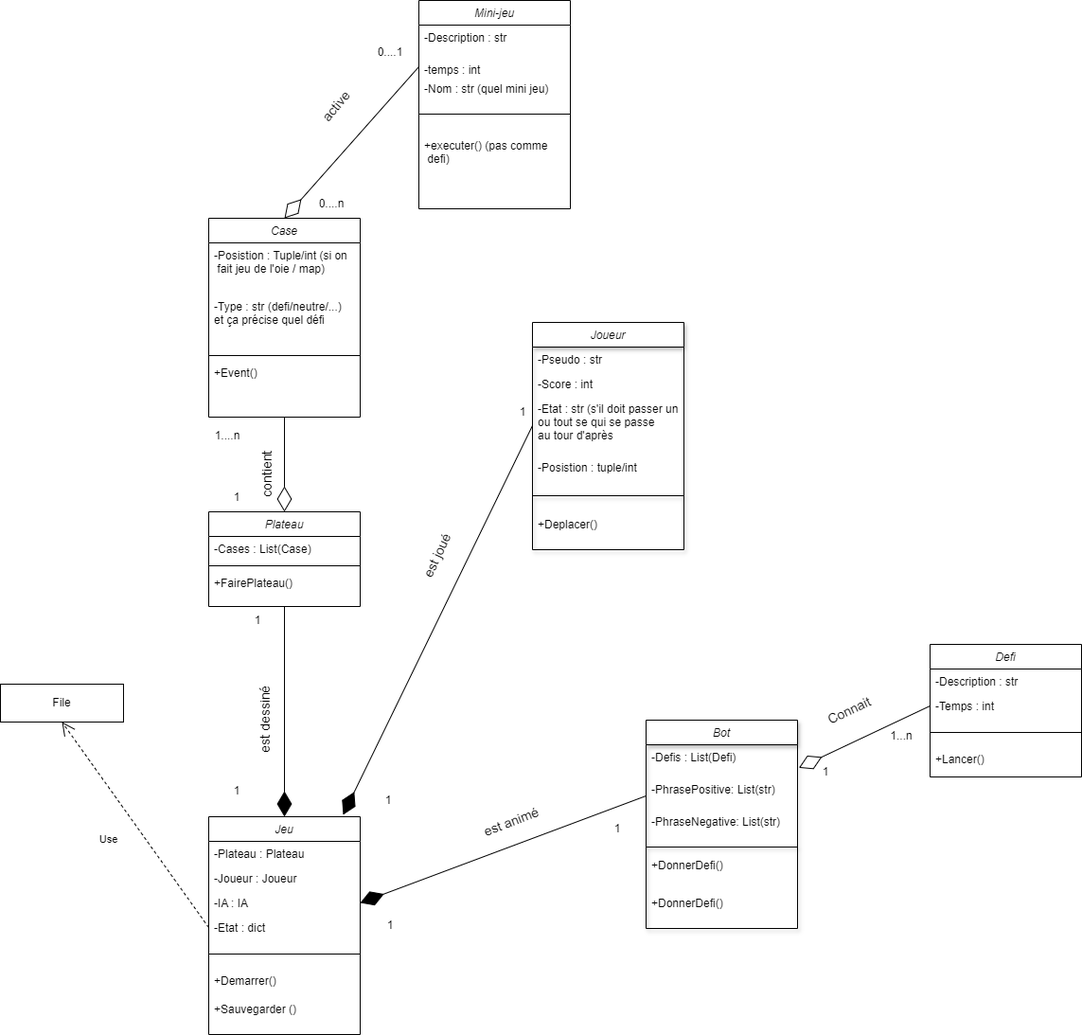
The draw.io diagram uml.drawio.png in Arthur-citizen/Projet-dev-2-Jeu-Loufoque, before a commit. Source tidied: cells renumbered, new cells last; positions are measured from the earlier drawing's top-left corner, leaving out a move shared by most shapes.
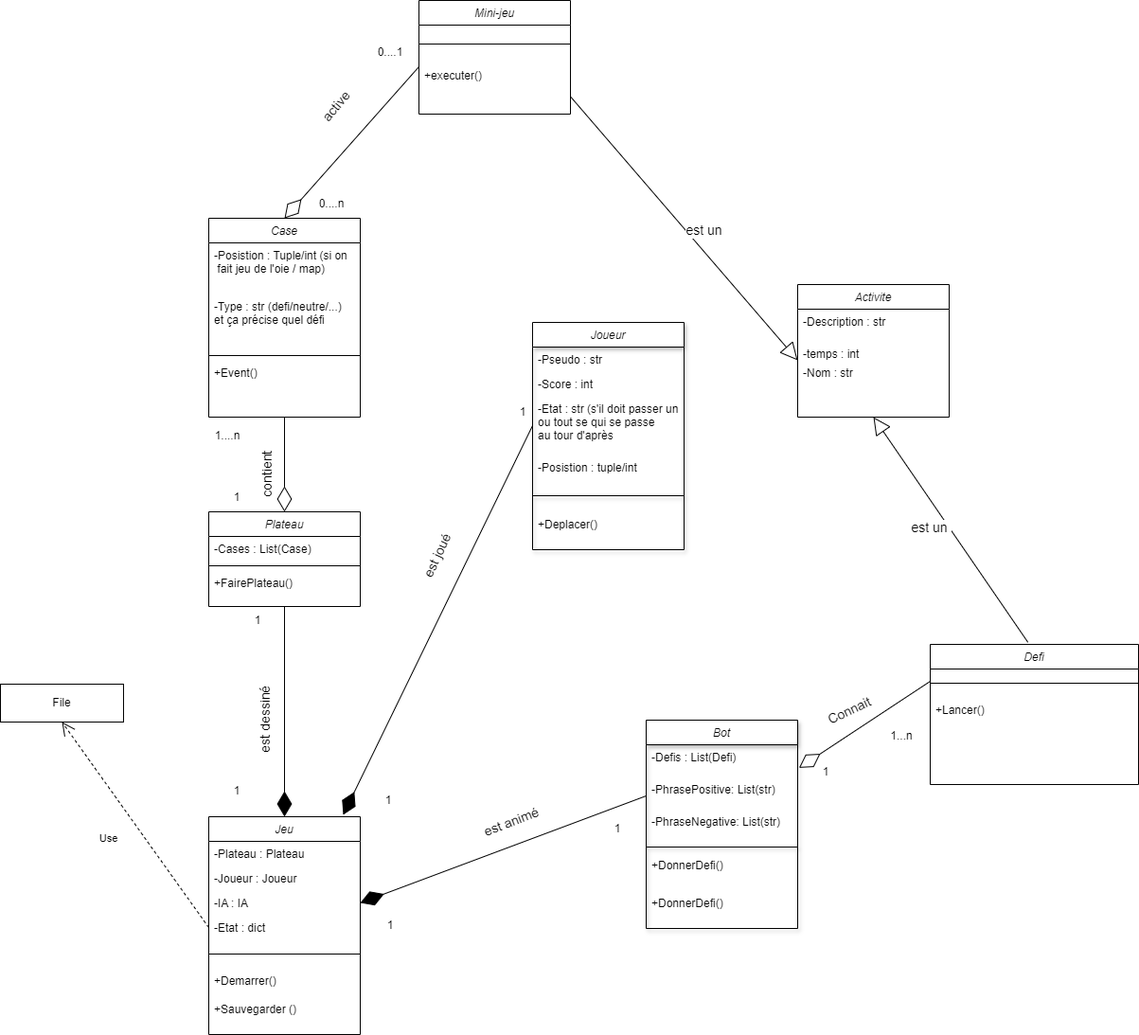
After the commit.

Change to the diagram source:
```diff
@@ -45,22 +45,13 @@
       <mxGeometry y="62" width="160" height="30" as="geometry" />
     </mxCell>
     <mxCell id="16" value="Mini-jeu" style="swimlane;fontStyle=2;align=center;verticalAlign=top;horizontal=1;startSize=26;rounded=0;shadow=0;strokeWidth=1;" parent="1" vertex="1">
-      <mxGeometry x="442" width="160" height="220" as="geometry" />
+      <mxGeometry x="442" width="160" height="120" as="geometry" />
     </mxCell>
-    <mxCell id="17" value="-Description : str&#10;&#10;" style="text;align=left;verticalAlign=top;spacingLeft=4;spacingRight=4;overflow=hidden;" parent="16" vertex="1">
-      <mxGeometry y="26" width="160" height="34" as="geometry" />
-    </mxCell>
-    <mxCell id="18" value="-temps : int" style="text;align=left;verticalAlign=top;spacingLeft=4;spacingRight=4;overflow=hidden;points=[[0,0.5],[1,0.5]];portConstraint=eastwest;rounded=0;shadow=0;html=0;" parent="16" vertex="1">
-      <mxGeometry y="60" width="160" height="20" as="geometry" />
-    </mxCell>
-    <mxCell id="19" value="-Nom : str (quel mini jeu)" style="text;align=left;verticalAlign=top;spacingLeft=4;spacingRight=4;overflow=hidden;rounded=0;shadow=0;html=0;" parent="16" vertex="1">
-      <mxGeometry y="80" width="160" height="20" as="geometry" />
-    </mxCell>
     <mxCell id="20" style="line;html=1;strokeWidth=1;align=left;verticalAlign=middle;spacingTop=-1;spacingLeft=3;spacingRight=3;labelPosition=right;" parent="16" vertex="1">
-      <mxGeometry y="100" width="160" height="40" as="geometry" />
+      <mxGeometry y="26" width="160" height="40" as="geometry" />
     </mxCell>
-    <mxCell id="21" value="+executer() (pas comme&#10; defi)" style="text;align=left;verticalAlign=top;spacingLeft=4;spacingRight=4;overflow=hidden;rounded=0;shadow=0;html=0;" parent="16" vertex="1">
-      <mxGeometry y="140" width="160" height="40" as="geometry" />
+    <mxCell id="21" value="+executer() " style="text;align=left;verticalAlign=top;spacingLeft=4;spacingRight=4;overflow=hidden;rounded=0;shadow=0;html=0;" parent="16" vertex="1">
+      <mxGeometry y="66" width="160" height="40" as="geometry" />
     </mxCell>
     <mxCell id="22" value="Joueur" style="swimlane;fontStyle=2;align=center;verticalAlign=top;horizontal=1;startSize=26;rounded=0;shadow=1;strokeWidth=1;" parent="1" vertex="1">
       <mxGeometry x="562" y="340" width="160" height="240" as="geometry" />
@@ -105,19 +96,13 @@
       <mxGeometry y="180" width="160" height="40" as="geometry" />
     </mxCell>
     <mxCell id="36" value="Defi" style="swimlane;fontStyle=2;align=center;verticalAlign=top;horizontal=1;startSize=26;rounded=0;shadow=0;strokeWidth=1;" parent="1" vertex="1">
-      <mxGeometry x="982" y="680" width="160" height="140" as="geometry" />
+      <mxGeometry x="982" y="680" width="220" height="148" as="geometry" />
     </mxCell>
-    <mxCell id="37" value="-Description : str" style="text;align=left;verticalAlign=top;spacingLeft=4;spacingRight=4;overflow=hidden;" parent="36" vertex="1">
-      <mxGeometry y="26" width="160" height="26" as="geometry" />
-    </mxCell>
-    <mxCell id="38" value="-Temps : int" style="text;align=left;verticalAlign=top;spacingLeft=4;spacingRight=4;overflow=hidden;points=[[0,0.5],[1,0.5]];portConstraint=eastwest;rounded=0;shadow=0;html=0;" parent="36" vertex="1">
-      <mxGeometry y="52" width="160" height="26" as="geometry" />
-    </mxCell>
     <mxCell id="39" style="line;html=1;strokeWidth=1;align=left;verticalAlign=middle;spacingTop=-1;spacingLeft=3;spacingRight=3;labelPosition=right;" parent="36" vertex="1">
-      <mxGeometry y="78" width="160" height="30" as="geometry" />
+      <mxGeometry y="26" width="220" height="30" as="geometry" />
     </mxCell>
     <mxCell id="40" value="+Lancer()" style="text;align=left;verticalAlign=top;spacingLeft=4;spacingRight=4;overflow=hidden;" parent="36" vertex="1">
-      <mxGeometry y="108" width="160" height="30" as="geometry" />
+      <mxGeometry y="56" width="220" height="92" as="geometry" />
     </mxCell>
     <mxCell id="41" value="Case" style="swimlane;fontStyle=2;align=center;verticalAlign=top;horizontal=1;startSize=26;rounded=0;shadow=0;strokeWidth=1;" parent="1" vertex="1">
       <mxGeometry x="220" y="230" width="160" height="210" as="geometry" />
@@ -148,16 +133,20 @@
         <mxPoint x="362" y="860" as="targetPoint" />
       </mxGeometry>
     </mxCell>
-    <mxCell id="50" style="endArrow=diamondThin;endFill=0;endSize=24;html=1;rounded=0;exitX=0;exitY=0.5;exitDx=0;exitDy=0;entryX=0.5;entryY=0;entryDx=0;entryDy=0;" parent="1" edge="1" source="18" target="41">
-      <mxGeometry relative="1" as="geometry" />
+    <mxCell id="50" style="endArrow=diamondThin;endFill=0;endSize=24;html=1;rounded=0;exitX=0;exitY=0.5;exitDx=0;exitDy=0;entryX=0.5;entryY=0;entryDx=0;entryDy=0;" parent="1" edge="1" target="41">
+      <mxGeometry relative="1" as="geometry">
+        <mxPoint x="442" y="70" as="sourcePoint" />
+      </mxGeometry>
     </mxCell>
     <mxCell id="51" style="endArrow=diamondThin;endFill=1;endSize=24;html=1;rounded=0;entryX=1;entryY=0.5;entryDx=0;entryDy=0;" parent="1" edge="1" target="5">
       <mxGeometry relative="1" as="geometry">
         <mxPoint x="682" y="840" as="sourcePoint" />
       </mxGeometry>
     </mxCell>
-    <mxCell id="52" style="endArrow=diamondThin;endFill=0;endSize=24;html=1;rounded=0;entryX=1.009;entryY=0.717;entryDx=0;entryDy=0;entryPerimeter=0;exitX=0;exitY=0.5;exitDx=0;exitDy=0;" parent="1" edge="1" source="38" target="30">
-      <mxGeometry relative="1" as="geometry" />
+    <mxCell id="52" style="endArrow=diamondThin;endFill=0;endSize=24;html=1;rounded=0;entryX=1.009;entryY=0.717;entryDx=0;entryDy=0;entryPerimeter=0;exitX=0;exitY=0.5;exitDx=0;exitDy=0;" parent="1" edge="1" target="30">
+      <mxGeometry relative="1" as="geometry">
+        <mxPoint x="982" y="719" as="sourcePoint" />
+      </mxGeometry>
     </mxCell>
     <mxCell id="53" value="0....n" style="text;strokeColor=none;align=center;fillColor=none;html=1;verticalAlign=middle;whiteSpace=wrap;rounded=0;" parent="1" vertex="1">
       <mxGeometry x="320" y="200" width="60" height="30" as="geometry" />
@@ -213,5 +202,25 @@
     <mxCell id="70" value="&lt;font style=&quot;font-size: 14px;&quot;&gt;Connait&lt;/font&gt;" style="text;strokeColor=none;align=center;fillColor=none;html=1;verticalAlign=middle;whiteSpace=wrap;rounded=0;rotation=-25;" parent="1" vertex="1">
       <mxGeometry x="867" y="735" width="60" height="30" as="geometry" />
     </mxCell>
+    <mxCell id="71" value="Activite" style="swimlane;fontStyle=2;align=center;verticalAlign=top;horizontal=1;startSize=26;rounded=0;shadow=0;strokeWidth=1;" parent="1" vertex="1">
+      <mxGeometry x="842" y="300" width="160" height="140" as="geometry" />
+    </mxCell>
+    <mxCell id="17" value="-Description : str&#10;&#10;" style="text;align=left;verticalAlign=top;spacingLeft=4;spacingRight=4;overflow=hidden;" parent="71" vertex="1">
+      <mxGeometry y="26" width="160" height="34" as="geometry" />
+    </mxCell>
+    <mxCell id="18" value="-temps : int" style="text;align=left;verticalAlign=top;spacingLeft=4;spacingRight=4;overflow=hidden;points=[[0,0.5],[1,0.5]];portConstraint=eastwest;rounded=0;shadow=0;html=0;" parent="71" vertex="1">
+      <mxGeometry y="60" width="160" height="20" as="geometry" />
+    </mxCell>
+    <mxCell id="72" value="-Nom : str " style="text;align=left;verticalAlign=top;spacingLeft=4;spacingRight=4;overflow=hidden;points=[[0,0.5],[1,0.5]];portConstraint=eastwest;rounded=0;shadow=0;html=0;" parent="71" vertex="1">
+      <mxGeometry y="80" width="160" height="20" as="geometry" />
+    </mxCell>
+    <mxCell id="73" value="&lt;font style=&quot;font-size: 14px;&quot;&gt;est un&amp;nbsp;&lt;/font&gt;" style="endArrow=block;endSize=16;endFill=0;html=1;rounded=0;entryX=0;entryY=0;entryDx=0;entryDy=0;entryPerimeter=0;" parent="1" edge="1" target="72">
+      <mxGeometry x="0.1" y="16" relative="1" as="geometry">
+        <mxPoint x="602" y="101.5" as="sourcePoint" />
+      </mxGeometry>
+    </mxCell>
+    <mxCell id="74" value="&lt;font style=&quot;font-size: 14px;&quot;&gt;est un&amp;nbsp;&lt;/font&gt;" style="endArrow=block;endSize=16;endFill=0;html=1;rounded=0;entryX=0.5;entryY=1;entryDx=0;entryDy=0;exitX=0.469;exitY=-0.015;exitDx=0;exitDy=0;exitPerimeter=0;" parent="1" edge="1" source="36" target="71">
+      <mxGeometry x="0.1" y="16" relative="1" as="geometry" />
+    </mxCell>
   </root>
 </mxGraphModel>
```
